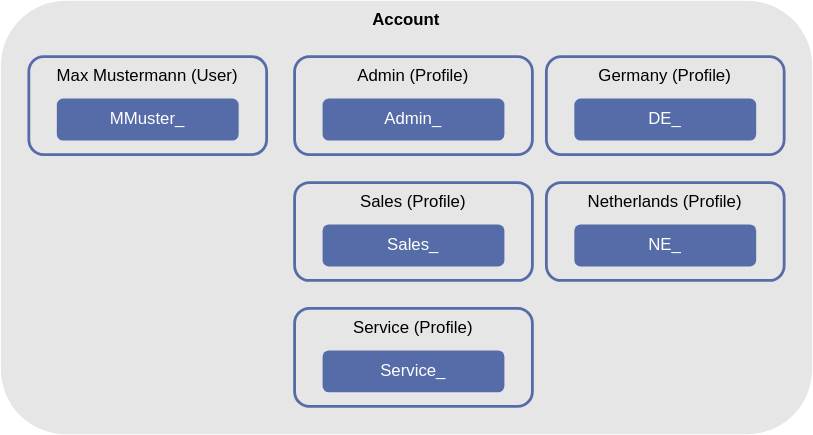
hwconsult/hwconsult.github.io keeps this draw.io diagram as hwToolkit/resources/triggerDispatcher-Orchestration-Solution.svg. Above is the earlier version. Source tidied: cells renumbered, new cells last; positions are measured from the earlier drawing's top-left corner, leaving out a move shared by most shapes.
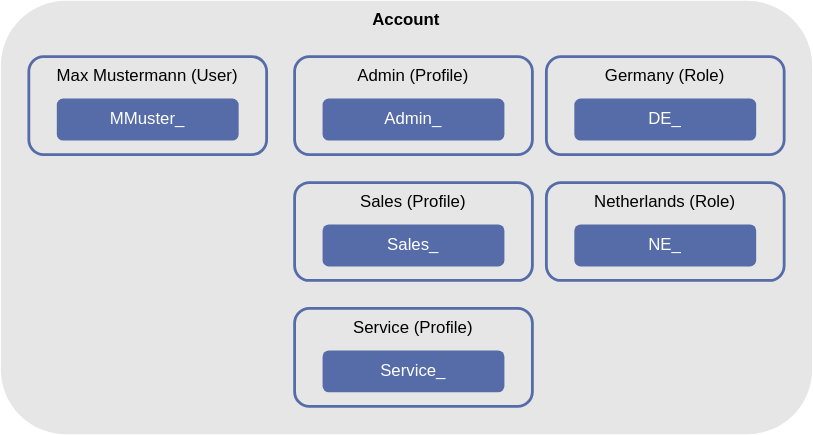
After the commit.

Diff of the diagram source:
```diff
@@ -23,13 +23,13 @@
     <mxCell id="8" value="Sales_" style="rounded=1;whiteSpace=wrap;html=1;fillColor=#566CA8;verticalAlign=middle;strokeColor=none;fontColor=#FFFFFF;" parent="1" vertex="1">
       <mxGeometry x="230" y="160" width="130" height="30" as="geometry" />
     </mxCell>
-    <mxCell id="9" value="Germany (Profile)" style="rounded=1;whiteSpace=wrap;html=1;fillColor=none;verticalAlign=top;strokeColor=#566CA8;strokeWidth=2;" parent="1" vertex="1">
+    <mxCell id="9" value="Germany (Role)" style="rounded=1;whiteSpace=wrap;html=1;fillColor=none;verticalAlign=top;strokeColor=#566CA8;strokeWidth=2;" parent="1" vertex="1">
       <mxGeometry x="390" y="40" width="170" height="70" as="geometry" />
     </mxCell>
     <mxCell id="10" value="DE_" style="rounded=1;whiteSpace=wrap;html=1;fillColor=#566CA8;verticalAlign=middle;strokeColor=none;fontColor=#FFFFFF;" parent="1" vertex="1">
       <mxGeometry x="410" y="70" width="130" height="30" as="geometry" />
     </mxCell>
-    <mxCell id="11" value="Netherlands (Profile)" style="rounded=1;whiteSpace=wrap;html=1;fillColor=none;verticalAlign=top;strokeColor=#566CA8;strokeWidth=2;" parent="1" vertex="1">
+    <mxCell id="11" value="Netherlands (Role)" style="rounded=1;whiteSpace=wrap;html=1;fillColor=none;verticalAlign=top;strokeColor=#566CA8;strokeWidth=2;" parent="1" vertex="1">
       <mxGeometry x="390" y="130" width="170" height="70" as="geometry" />
     </mxCell>
     <mxCell id="12" value="NE_" style="rounded=1;whiteSpace=wrap;html=1;fillColor=#566CA8;verticalAlign=middle;strokeColor=none;fontColor=#FFFFFF;" parent="1" vertex="1">
```
